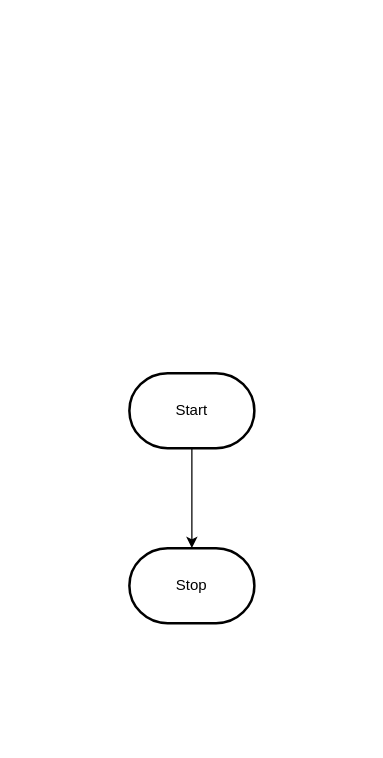
Before: design/flowchart.drawio in MTHS-ICS2O-2-2022/ICS2O-Unit-3-04-charlotte-jhu, a draw.io diagram. Source tidied: cells renumbered, new cells numbered last; positions are measured from the earlier drawing's top-left corner, leaving out a move shared by most shapes. Both pictures are drawn from the tidied source at 125%, with x=0, y=0 at pixel (129, 372).
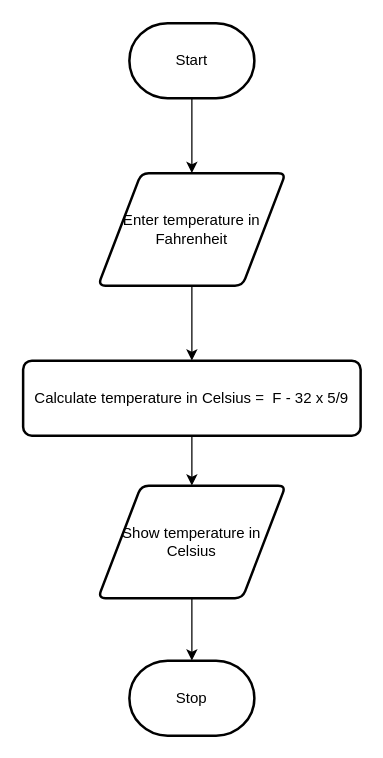
The same page after the edit.

What changed in the source:
```diff
@@
 <mxGraphModel>
   <root>
     <mxCell id="0" />
     <mxCell id="1" parent="0" />
-    <mxCell id="2" style="edgeStyle=orthogonalEdgeStyle;html=1;rounded=0;" parent="1" edge="1" source="3" target="4">
-      <mxGeometry relative="1" as="geometry" />
-    </mxCell>
+    <mxCell id="5" style="edgeStyle=none;html=1;" parent="1" edge="1" source="3" target="2">
+      <mxGeometry relative="1" as="geometry" />
+    </mxCell>
     <mxCell id="3" value="Start" style="strokeWidth=2;html=1;shape=mxgraph.flowchart.terminator;whiteSpace=wrap;" parent="1" vertex="1">
-      <mxGeometry width="100" height="60" as="geometry" />
+      <mxGeometry y="-280" width="100" height="60" as="geometry" />
     </mxCell>
     <mxCell id="4" value="Stop" style="strokeWidth=2;html=1;shape=mxgraph.flowchart.terminator;whiteSpace=wrap;" parent="1" vertex="1">
-      <mxGeometry y="140" width="100" height="60" as="geometry" />
+      <mxGeometry y="230" width="100" height="60" as="geometry" />
     </mxCell>
+    <mxCell id="6" style="edgeStyle=none;html=1;" parent="1" edge="1" source="2" target="8">
+      <mxGeometry relative="1" as="geometry" />
+    </mxCell>
+    <mxCell id="2" value="&lt;div style=&quot;&quot;&gt;&lt;span style=&quot;background-color: initial;&quot;&gt;Enter temperature in Fahrenheit&lt;/span&gt;&lt;/div&gt;" style="shape=parallelogram;html=1;strokeWidth=2;perimeter=parallelogramPerimeter;whiteSpace=wrap;rounded=1;arcSize=12;size=0.23;align=center;" parent="1" vertex="1">
+      <mxGeometry x="-25" y="-160" width="150" height="90" as="geometry" />
+    </mxCell>
+    <mxCell id="7" style="edgeStyle=none;html=1;exitX=0.5;exitY=1;exitDx=0;exitDy=0;entryX=0.5;entryY=0;entryDx=0;entryDy=0;" parent="1" edge="1" source="8" target="10">
+      <mxGeometry relative="1" as="geometry" />
+    </mxCell>
+    <mxCell id="8" value="Calculate temperature in Celsius =&amp;nbsp; F - 32 x 5/9" style="rounded=1;whiteSpace=wrap;html=1;absoluteArcSize=1;arcSize=14;strokeWidth=2;" parent="1" vertex="1">
+      <mxGeometry x="-85" y="-10" width="270" height="60" as="geometry" />
+    </mxCell>
+    <mxCell id="9" style="edgeStyle=none;html=1;entryX=0.5;entryY=0;entryDx=0;entryDy=0;entryPerimeter=0;" parent="1" edge="1" source="10" target="4">
+      <mxGeometry relative="1" as="geometry" />
+    </mxCell>
+    <mxCell id="10" value="Show temperature in Celsius" style="shape=parallelogram;html=1;strokeWidth=2;perimeter=parallelogramPerimeter;whiteSpace=wrap;rounded=1;arcSize=12;size=0.23;" parent="1" vertex="1">
+      <mxGeometry x="-25" y="90" width="150" height="90" as="geometry" />
+    </mxCell>
   </root>
 </mxGraphModel>
```
